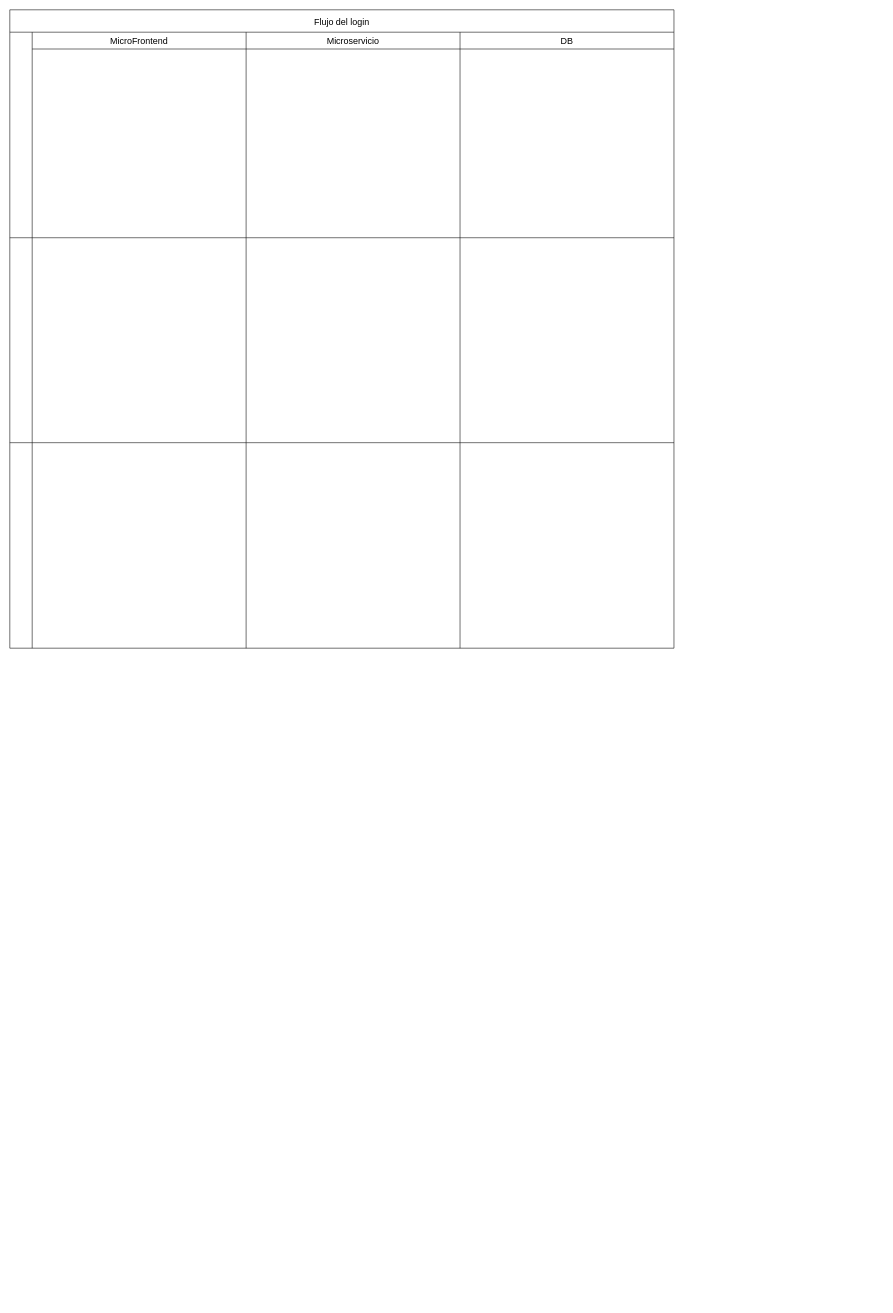
Above: Diagrama sin título.drawio in RDPortela/GestorInventario (draw.io), before the change. Source tidied: cells renumbered, new cells numbered last; positions are measured from the earlier drawing's top-left corner, leaving out a move shared by most shapes. Both pictures are drawn from the tidied source at 56%, with x=0, y=0 at pixel (10, 10).
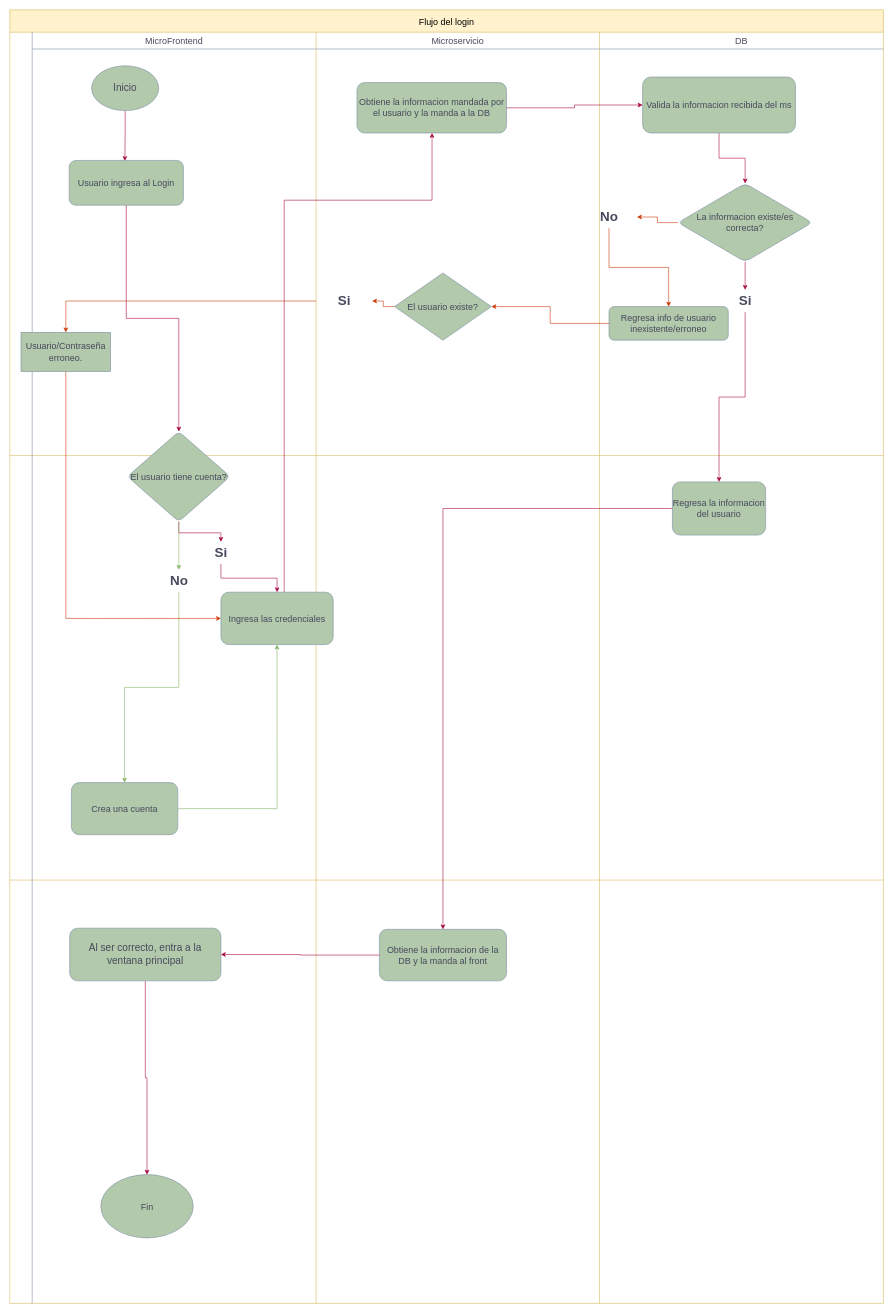
The same page after the edit.

The edit, as a diff of the source:
```diff
@@
-    <mxCell id="2" value="Flujo del login" style="shape=table;childLayout=tableLayout;startSize=40;fontSize=16;" parent="1" vertex="1">
-      <mxGeometry width="1186" height="1140" as="geometry" />
+    <mxCell id="2" value="Flujo del login" style="shape=table;childLayout=tableLayout;startSize=40;fontSize=16;labelBackgroundColor=none;fillColor=#fff2cc;strokeColor=#d6b656;" parent="1" vertex="1">
+      <mxGeometry width="1560" height="2310" as="geometry" />
     </mxCell>
-    <mxCell id="3" style="shape=tableRow;horizontal=0;swimlaneHead=0;swimlaneBody=0;top=0;left=0;strokeColor=inherit;bottom=0;right=0;fontStyle=0;fillColor=none;startSize=40;fontSize=16;" parent="2" vertex="1">
-      <mxGeometry y="40" width="1186" height="367" as="geometry" />
+    <mxCell id="3" style="shape=tableRow;horizontal=0;swimlaneHead=0;swimlaneBody=0;top=0;left=0;strokeColor=#788AA3;bottom=0;right=0;fontStyle=0;fillColor=none;startSize=40;fontSize=16;labelBackgroundColor=none;fontColor=#46495D;" parent="2" vertex="1">
+      <mxGeometry y="40" width="1560" height="756" as="geometry" />
     </mxCell>
-    <mxCell id="4" value="MicroFrontend" style="swimlane;swimlaneHead=0;swimlaneBody=0;fontStyle=0;strokeColor=inherit;fillColor=none;startSize=30;fontSize=16;" parent="3" vertex="1">
-      <mxGeometry x="40" width="382" height="367" as="geometry" />
+    <mxCell id="4" value="MicroFrontend" style="swimlane;swimlaneHead=0;swimlaneBody=0;fontStyle=0;strokeColor=#788AA3;fillColor=none;startSize=30;fontSize=16;labelBackgroundColor=none;fontColor=#46495D;" parent="3" vertex="1">
+      <mxGeometry x="40" width="507" height="756" as="geometry" />
     </mxCell>
+    <mxCell id="15" style="edgeStyle=orthogonalEdgeStyle;rounded=0;jettySize=auto;html=1;exitX=0.5;exitY=1;exitDx=0;exitDy=0;labelBackgroundColor=none;strokeColor=#A50040;fontColor=default;fillColor=#d80073;" parent="4" edge="1" source="16">
+      <mxGeometry relative="1" as="geometry">
+        <mxPoint x="165.4" y="230" as="targetPoint" />
+      </mxGeometry>
+    </mxCell>
+    <mxCell id="16" value="&lt;font style=&quot;font-size: 18px;&quot;&gt;Inicio&lt;/font&gt;" style="ellipse;whiteSpace=wrap;html=1;labelBackgroundColor=none;fillColor=#B2C9AB;strokeColor=#788AA3;fontColor=#46495D;" parent="4" vertex="1">
+      <mxGeometry x="106" y="60" width="120" height="80" as="geometry" />
+    </mxCell>
+    <mxCell id="17" value="&lt;font size=&quot;3&quot;&gt;Usuario ingresa al Login&lt;/font&gt;" style="rounded=1;whiteSpace=wrap;html=1;strokeColor=#788AA3;fontColor=#46495D;fillColor=#B2C9AB;" parent="4" vertex="1">
+      <mxGeometry x="66" y="229" width="204" height="80" as="geometry" />
+    </mxCell>
+    <mxCell id="18" value="&lt;font size=&quot;3&quot;&gt;Usuario/Contraseña erroneo.&lt;/font&gt;" style="whiteSpace=wrap;html=1;fillColor=#B2C9AB;strokeColor=#788AA3;fontColor=#46495D;" parent="4" vertex="1">
+      <mxGeometry x="-20" y="536" width="160" height="70" as="geometry" />
+    </mxCell>
-    <mxCell id="5" value="Microservicio" style="swimlane;swimlaneHead=0;swimlaneBody=0;fontStyle=0;strokeColor=inherit;fillColor=none;startSize=30;fontSize=16;" parent="3" vertex="1">
-      <mxGeometry x="422" width="382" height="367" as="geometry" />
+    <mxCell id="5" value="Microservicio" style="swimlane;swimlaneHead=0;swimlaneBody=0;fontStyle=0;strokeColor=#788AA3;fillColor=none;startSize=30;fontSize=16;labelBackgroundColor=none;fontColor=#46495D;" parent="3" vertex="1">
+      <mxGeometry x="547" width="506" height="756" as="geometry" />
     </mxCell>
+    <mxCell id="19" value="&lt;font size=&quot;3&quot;&gt;Obtiene la informacion mandada por el usuario y la manda a la DB&lt;/font&gt;" style="whiteSpace=wrap;html=1;fillColor=#B2C9AB;strokeColor=#788AA3;fontColor=#46495D;rounded=1;" parent="5" vertex="1">
+      <mxGeometry x="73" y="90" width="267" height="90" as="geometry" />
+    </mxCell>
+    <mxCell id="20" value="&lt;font size=&quot;3&quot;&gt;El usuario existe?&lt;/font&gt;" style="rhombus;whiteSpace=wrap;html=1;strokeColor=#788AA3;fontColor=#46495D;fillColor=#B2C9AB;" parent="5" vertex="1">
+      <mxGeometry x="140" y="430" width="173" height="120" as="geometry" />
+    </mxCell>
+    <mxCell id="21" value="Si" style="text;strokeColor=none;fillColor=none;html=1;fontSize=24;fontStyle=1;verticalAlign=middle;align=center;fontColor=#46495D;" parent="5" vertex="1">
+      <mxGeometry y="460" width="100" height="40" as="geometry" />
+    </mxCell>
+    <mxCell id="22" style="edgeStyle=orthogonalEdgeStyle;rounded=0;jettySize=auto;html=1;strokeColor=#C73500;fontColor=#46495D;fillColor=#fa6800;" parent="5" edge="1" source="20" target="21">
+      <mxGeometry relative="1" as="geometry" />
+    </mxCell>
-    <mxCell id="6" value="DB" style="swimlane;swimlaneHead=0;swimlaneBody=0;fontStyle=0;strokeColor=inherit;fillColor=none;startSize=30;fontSize=16;" parent="3" vertex="1">
-      <mxGeometry x="804" width="382" height="367" as="geometry" />
+    <mxCell id="6" value="DB" style="swimlane;swimlaneHead=0;swimlaneBody=0;fontStyle=0;strokeColor=#788AA3;fillColor=none;startSize=30;fontSize=16;labelBackgroundColor=none;fontColor=#46495D;" parent="3" vertex="1">
+      <mxGeometry x="1053" width="507" height="756" as="geometry" />
     </mxCell>
+    <mxCell id="23" style="edgeStyle=orthogonalEdgeStyle;rounded=0;jettySize=auto;html=1;strokeColor=#A50040;fontColor=#46495D;fillColor=#d80073;" parent="6" edge="1" source="24" target="25">
+      <mxGeometry relative="1" as="geometry" />
+    </mxCell>
+    <mxCell id="24" value="&lt;font size=&quot;3&quot;&gt;Valida la informacion recibida del ms&lt;/font&gt;" style="whiteSpace=wrap;html=1;fillColor=#B2C9AB;strokeColor=#788AA3;fontColor=#46495D;rounded=1;" parent="6" vertex="1">
+      <mxGeometry x="77" y="80" width="273" height="100" as="geometry" />
+    </mxCell>
+    <mxCell id="25" value="&lt;font size=&quot;3&quot;&gt;La informacion existe/es correcta?&lt;/font&gt;" style="rhombus;whiteSpace=wrap;html=1;fillColor=#B2C9AB;strokeColor=#788AA3;fontColor=#46495D;rounded=1;" parent="6" vertex="1">
+      <mxGeometry x="140.2" y="270" width="239.8" height="140" as="geometry" />
+    </mxCell>
+    <mxCell id="26" value="No" style="text;strokeColor=none;fillColor=none;html=1;fontSize=24;fontStyle=1;verticalAlign=middle;align=center;fontColor=#46495D;" parent="6" vertex="1">
+      <mxGeometry x="-33" y="310" width="100" height="40" as="geometry" />
+    </mxCell>
+    <mxCell id="27" style="edgeStyle=orthogonalEdgeStyle;rounded=0;jettySize=auto;html=1;strokeColor=#C73500;fontColor=#46495D;fillColor=#fa6800;" parent="6" edge="1" source="25" target="26">
+      <mxGeometry relative="1" as="geometry" />
+    </mxCell>
+    <mxCell id="28" style="edgeStyle=orthogonalEdgeStyle;rounded=0;jettySize=auto;html=1;strokeColor=#A50040;fontColor=#46495D;fillColor=#d80073;" parent="6" edge="1" source="25" target="29">
+      <mxGeometry relative="1" as="geometry" />
+    </mxCell>
+    <mxCell id="29" value="Si" style="text;strokeColor=none;fillColor=none;html=1;fontSize=24;fontStyle=1;verticalAlign=middle;align=center;fontColor=#46495D;" parent="6" vertex="1">
+      <mxGeometry x="210.1" y="460" width="100" height="40" as="geometry" />
+    </mxCell>
+    <mxCell id="30" value="&lt;font size=&quot;3&quot;&gt;Regresa info de usuario inexistente/erroneo&lt;/font&gt;" style="whiteSpace=wrap;html=1;fillColor=#B2C9AB;strokeColor=#788AA3;fontColor=#46495D;rounded=1;" parent="6" vertex="1">
+      <mxGeometry x="17" y="490" width="213" height="60" as="geometry" />
+    </mxCell>
+    <mxCell id="31" style="edgeStyle=orthogonalEdgeStyle;rounded=0;jettySize=auto;html=1;strokeColor=#C73500;fontColor=#46495D;fillColor=#fa6800;" parent="6" edge="1" source="26" target="30">
+      <mxGeometry relative="1" as="geometry" />
+    </mxCell>
+    <mxCell id="32" style="edgeStyle=orthogonalEdgeStyle;rounded=0;jettySize=auto;html=1;strokeColor=#A50040;fontColor=#46495D;fillColor=#d80073;" parent="3" edge="1" source="19" target="24">
+      <mxGeometry relative="1" as="geometry" />
+    </mxCell>
+    <mxCell id="33" style="edgeStyle=orthogonalEdgeStyle;rounded=0;jettySize=auto;html=1;strokeColor=#C73500;fontColor=#46495D;fillColor=#fa6800;entryX=1;entryY=0.5;entryDx=0;entryDy=0;" parent="3" edge="1" source="30" target="20">
+      <mxGeometry relative="1" as="geometry" />
+    </mxCell>
+    <mxCell id="34" style="edgeStyle=orthogonalEdgeStyle;rounded=0;jettySize=auto;html=1;strokeColor=#C73500;fontColor=#46495D;fillColor=#fa6800;" parent="3" edge="1" source="21" target="18">
+      <mxGeometry relative="1" as="geometry" />
+    </mxCell>
-    <mxCell id="7" style="shape=tableRow;horizontal=0;swimlaneHead=0;swimlaneBody=0;top=0;left=0;strokeColor=inherit;bottom=0;right=0;fontStyle=0;fillColor=none;startSize=40;fontSize=16;" parent="2" vertex="1">
-      <mxGeometry y="407" width="1186" height="366" as="geometry" />
+    <mxCell id="7" style="shape=tableRow;horizontal=0;swimlaneHead=0;swimlaneBody=0;top=0;left=0;strokeColor=#788AA3;bottom=0;right=0;fontStyle=0;fillColor=none;startSize=40;fontSize=16;labelBackgroundColor=none;fontColor=#46495D;" parent="2" vertex="1">
+      <mxGeometry y="796" width="1560" height="758" as="geometry" />
     </mxCell>
-    <mxCell id="8" style="swimlane;swimlaneHead=0;swimlaneBody=0;fontStyle=0;strokeColor=inherit;fillColor=none;startSize=0;fontSize=16;" parent="7" vertex="1">
-      <mxGeometry x="40" width="382" height="366" as="geometry" />
+    <mxCell id="8" style="swimlane;swimlaneHead=0;swimlaneBody=0;fontStyle=0;strokeColor=#788AA3;fillColor=none;startSize=0;fontSize=16;labelBackgroundColor=none;fontColor=#46495D;" parent="7" vertex="1">
+      <mxGeometry x="40" width="507" height="758" as="geometry" />
     </mxCell>
+    <mxCell id="35" value="&lt;font size=&quot;3&quot;&gt;El usuario tiene cuenta?&lt;/font&gt;" style="rhombus;whiteSpace=wrap;html=1;fillColor=#B2C9AB;strokeColor=#788AA3;fontColor=#46495D;rounded=1;" parent="8" vertex="1">
+      <mxGeometry x="170" y="-43" width="183.5" height="161" as="geometry" />
+    </mxCell>
+    <mxCell id="36" value="&lt;font size=&quot;3&quot;&gt;Ingresa las credenciales&lt;/font&gt;" style="whiteSpace=wrap;html=1;fillColor=#B2C9AB;strokeColor=#788AA3;fontColor=#46495D;rounded=1;" parent="8" vertex="1">
+      <mxGeometry x="337" y="244" width="200.5" height="93.5" as="geometry" />
+    </mxCell>
+    <mxCell id="37" style="edgeStyle=orthogonalEdgeStyle;rounded=0;jettySize=auto;html=1;strokeColor=#A50040;fontColor=#46495D;fillColor=#d80073;" parent="8" edge="1" source="42" target="36">
+      <mxGeometry relative="1" as="geometry" />
+    </mxCell>
+    <mxCell id="38" style="edgeStyle=orthogonalEdgeStyle;rounded=0;jettySize=auto;html=1;exitX=1;exitY=0.5;exitDx=0;exitDy=0;entryX=0.5;entryY=1;entryDx=0;entryDy=0;strokeColor=#82b366;fontColor=#46495D;fillColor=#d5e8d4;gradientColor=#97d077;" parent="8" edge="1" source="39" target="36">
+      <mxGeometry relative="1" as="geometry" />
+    </mxCell>
+    <mxCell id="39" value="&lt;font size=&quot;3&quot;&gt;Crea una cuenta&lt;/font&gt;" style="whiteSpace=wrap;html=1;fillColor=#B2C9AB;strokeColor=#788AA3;fontColor=#46495D;rounded=1;" parent="8" vertex="1">
+      <mxGeometry x="70" y="584" width="190" height="93" as="geometry" />
+    </mxCell>
+    <mxCell id="40" style="edgeStyle=orthogonalEdgeStyle;rounded=0;jettySize=auto;html=1;strokeColor=#82b366;fontColor=#46495D;fillColor=#d5e8d4;gradientColor=#97d077;" parent="8" edge="1" source="44" target="39">
+      <mxGeometry relative="1" as="geometry" />
+    </mxCell>
+    <mxCell id="41" style="edgeStyle=orthogonalEdgeStyle;rounded=0;jettySize=auto;html=1;strokeColor=#A50040;fontColor=#46495D;fillColor=#d80073;" parent="8" edge="1" source="35" target="42">
+      <mxGeometry relative="1" as="geometry" />
+    </mxCell>
+    <mxCell id="42" value="Si" style="text;strokeColor=none;fillColor=none;html=1;fontSize=24;fontStyle=1;verticalAlign=middle;align=center;fontColor=#46495D;" parent="8" vertex="1">
+      <mxGeometry x="287" y="154" width="100" height="40" as="geometry" />
+    </mxCell>
+    <mxCell id="43" style="edgeStyle=orthogonalEdgeStyle;rounded=0;jettySize=auto;html=1;strokeColor=#82b366;fontColor=#46495D;fillColor=#d5e8d4;gradientColor=#97d077;" parent="8" edge="1" source="35" target="44">
+      <mxGeometry relative="1" as="geometry" />
+    </mxCell>
+    <mxCell id="44" value="No" style="text;strokeColor=none;fillColor=none;html=1;fontSize=24;fontStyle=1;verticalAlign=middle;align=center;fontColor=#46495D;" parent="8" vertex="1">
+      <mxGeometry x="211.8" y="204" width="100" height="40" as="geometry" />
+    </mxCell>
-    <mxCell id="9" style="swimlane;swimlaneHead=0;swimlaneBody=0;fontStyle=0;strokeColor=inherit;fillColor=none;startSize=0;fontSize=16;" parent="7" vertex="1">
-      <mxGeometry x="422" width="382" height="366" as="geometry" />
+    <mxCell id="9" style="swimlane;swimlaneHead=0;swimlaneBody=0;fontStyle=0;strokeColor=#788AA3;fillColor=none;startSize=0;fontSize=16;labelBackgroundColor=none;fontColor=#46495D;" parent="7" vertex="1">
+      <mxGeometry x="547" width="506" height="758" as="geometry" />
     </mxCell>
-    <mxCell id="10" style="swimlane;swimlaneHead=0;swimlaneBody=0;fontStyle=0;strokeColor=inherit;fillColor=none;startSize=0;fontSize=16;" parent="7" vertex="1">
-      <mxGeometry x="804" width="382" height="366" as="geometry" />
+    <mxCell id="10" style="swimlane;swimlaneHead=0;swimlaneBody=0;fontStyle=0;strokeColor=#788AA3;fillColor=none;startSize=0;fontSize=16;labelBackgroundColor=none;fontColor=#46495D;" parent="7" vertex="1">
+      <mxGeometry x="1053" width="507" height="758" as="geometry" />
     </mxCell>
+    <mxCell id="45" value="&lt;font size=&quot;3&quot;&gt;Regresa la informacion del usuario&lt;/font&gt;" style="whiteSpace=wrap;html=1;fillColor=#B2C9AB;strokeColor=#788AA3;fontColor=#46495D;rounded=1;" parent="10" vertex="1">
+      <mxGeometry x="130.2" y="47" width="166.5" height="95" as="geometry" />
+    </mxCell>
-    <mxCell id="11" style="shape=tableRow;horizontal=0;swimlaneHead=0;swimlaneBody=0;top=0;left=0;strokeColor=inherit;bottom=0;right=0;fontStyle=0;fillColor=none;startSize=40;fontSize=16;" parent="2" vertex="1">
-      <mxGeometry y="773" width="1186" height="367" as="geometry" />
+    <mxCell id="11" style="shape=tableRow;horizontal=0;swimlaneHead=0;swimlaneBody=0;top=0;left=0;strokeColor=#788AA3;bottom=0;right=0;fontStyle=0;fillColor=none;startSize=40;fontSize=16;labelBackgroundColor=none;fontColor=#46495D;" parent="2" vertex="1">
+      <mxGeometry y="1554" width="1560" height="756" as="geometry" />
     </mxCell>
-    <mxCell id="12" style="swimlane;swimlaneHead=0;swimlaneBody=0;fontStyle=0;strokeColor=inherit;fillColor=none;startSize=0;fontSize=16;" parent="11" vertex="1">
-      <mxGeometry x="40" width="382" height="367" as="geometry" />
+    <mxCell id="12" style="swimlane;swimlaneHead=0;swimlaneBody=0;fontStyle=0;strokeColor=#788AA3;fillColor=none;startSize=0;fontSize=16;labelBackgroundColor=none;fontColor=#46495D;" parent="11" vertex="1">
+      <mxGeometry x="40" width="507" height="756" as="geometry" />
     </mxCell>
+    <mxCell id="46" style="edgeStyle=orthogonalEdgeStyle;rounded=0;jettySize=auto;html=1;strokeColor=#A50040;fontColor=#46495D;fillColor=#d80073;" parent="12" edge="1" source="47" target="48">
+      <mxGeometry relative="1" as="geometry" />
+    </mxCell>
+    <mxCell id="47" value="&lt;font style=&quot;font-size: 18px;&quot;&gt;Al ser correcto, entra a la ventana principal&lt;/font&gt;" style="whiteSpace=wrap;html=1;fillColor=#B2C9AB;strokeColor=#788AA3;fontColor=#46495D;rounded=1;" parent="12" vertex="1">
+      <mxGeometry x="67" y="86" width="270" height="94" as="geometry" />
+    </mxCell>
+    <mxCell id="48" value="&lt;font size=&quot;3&quot;&gt;Fin&lt;/font&gt;" style="ellipse;whiteSpace=wrap;html=1;fillColor=#B2C9AB;strokeColor=#788AA3;fontColor=#46495D;rounded=1;" parent="12" vertex="1">
+      <mxGeometry x="122.5" y="526" width="165" height="113" as="geometry" />
+    </mxCell>
-    <mxCell id="13" style="swimlane;swimlaneHead=0;swimlaneBody=0;fontStyle=0;strokeColor=inherit;fillColor=none;startSize=0;fontSize=16;" parent="11" vertex="1">
-      <mxGeometry x="422" width="382" height="367" as="geometry" />
+    <mxCell id="13" style="swimlane;swimlaneHead=0;swimlaneBody=0;fontStyle=0;strokeColor=#788AA3;fillColor=none;startSize=0;fontSize=16;labelBackgroundColor=none;fontColor=#46495D;" parent="11" vertex="1">
+      <mxGeometry x="547" width="506" height="756" as="geometry" />
     </mxCell>
+    <mxCell id="49" value="&lt;font size=&quot;3&quot;&gt;Obtiene la informacion de la DB y la manda al front&lt;/font&gt;" style="whiteSpace=wrap;html=1;fillColor=#B2C9AB;strokeColor=#788AA3;fontColor=#46495D;rounded=1;" parent="13" vertex="1">
+      <mxGeometry x="113" y="88" width="227" height="92" as="geometry" />
+    </mxCell>
-    <mxCell id="14" style="swimlane;swimlaneHead=0;swimlaneBody=0;fontStyle=0;strokeColor=inherit;fillColor=none;startSize=0;fontSize=16;" parent="11" vertex="1">
-      <mxGeometry x="804" width="382" height="367" as="geometry" />
+    <mxCell id="14" style="swimlane;swimlaneHead=0;swimlaneBody=0;fontStyle=0;strokeColor=#788AA3;fillColor=none;startSize=0;fontSize=16;labelBackgroundColor=none;fontColor=#46495D;" parent="11" vertex="1">
+      <mxGeometry x="1053" width="507" height="756" as="geometry" />
     </mxCell>
+    <mxCell id="50" style="edgeStyle=orthogonalEdgeStyle;rounded=0;jettySize=auto;html=1;strokeColor=#A50040;fontColor=#46495D;fillColor=#d80073;" parent="11" edge="1" source="49" target="47">
+      <mxGeometry relative="1" as="geometry" />
+    </mxCell>
+    <mxCell id="51" style="edgeStyle=orthogonalEdgeStyle;rounded=0;jettySize=auto;html=1;strokeColor=#A50040;fontColor=#46495D;fillColor=#d80073;" parent="2" edge="1" source="17" target="35">
+      <mxGeometry relative="1" as="geometry" />
+    </mxCell>
+    <mxCell id="52" style="edgeStyle=orthogonalEdgeStyle;rounded=0;jettySize=auto;html=1;strokeColor=#A50040;fontColor=#46495D;fillColor=#d80073;" parent="2" edge="1" source="36" target="19">
+      <mxGeometry relative="1" as="geometry">
+        <Array as="points">
+          <mxPoint x="490" y="340" />
+          <mxPoint x="754" y="340" />
+        </Array>
+      </mxGeometry>
+    </mxCell>
+    <mxCell id="53" style="edgeStyle=orthogonalEdgeStyle;rounded=0;jettySize=auto;html=1;strokeColor=#A50040;fontColor=#46495D;fillColor=#d80073;" parent="2" edge="1" source="29" target="45">
+      <mxGeometry relative="1" as="geometry" />
+    </mxCell>
+    <mxCell id="54" style="edgeStyle=orthogonalEdgeStyle;rounded=0;jettySize=auto;html=1;strokeColor=#A50040;fontColor=#46495D;fillColor=#d80073;" parent="2" edge="1" source="45" target="49">
+      <mxGeometry relative="1" as="geometry" />
+    </mxCell>
+    <mxCell id="55" style="edgeStyle=orthogonalEdgeStyle;rounded=0;jettySize=auto;html=1;exitX=0.5;exitY=1;exitDx=0;exitDy=0;entryX=0;entryY=0.5;entryDx=0;entryDy=0;strokeColor=#C73500;fontColor=#46495D;fillColor=#fa6800;" parent="2" edge="1" source="18" target="36">
+      <mxGeometry relative="1" as="geometry" />
+    </mxCell>
```
